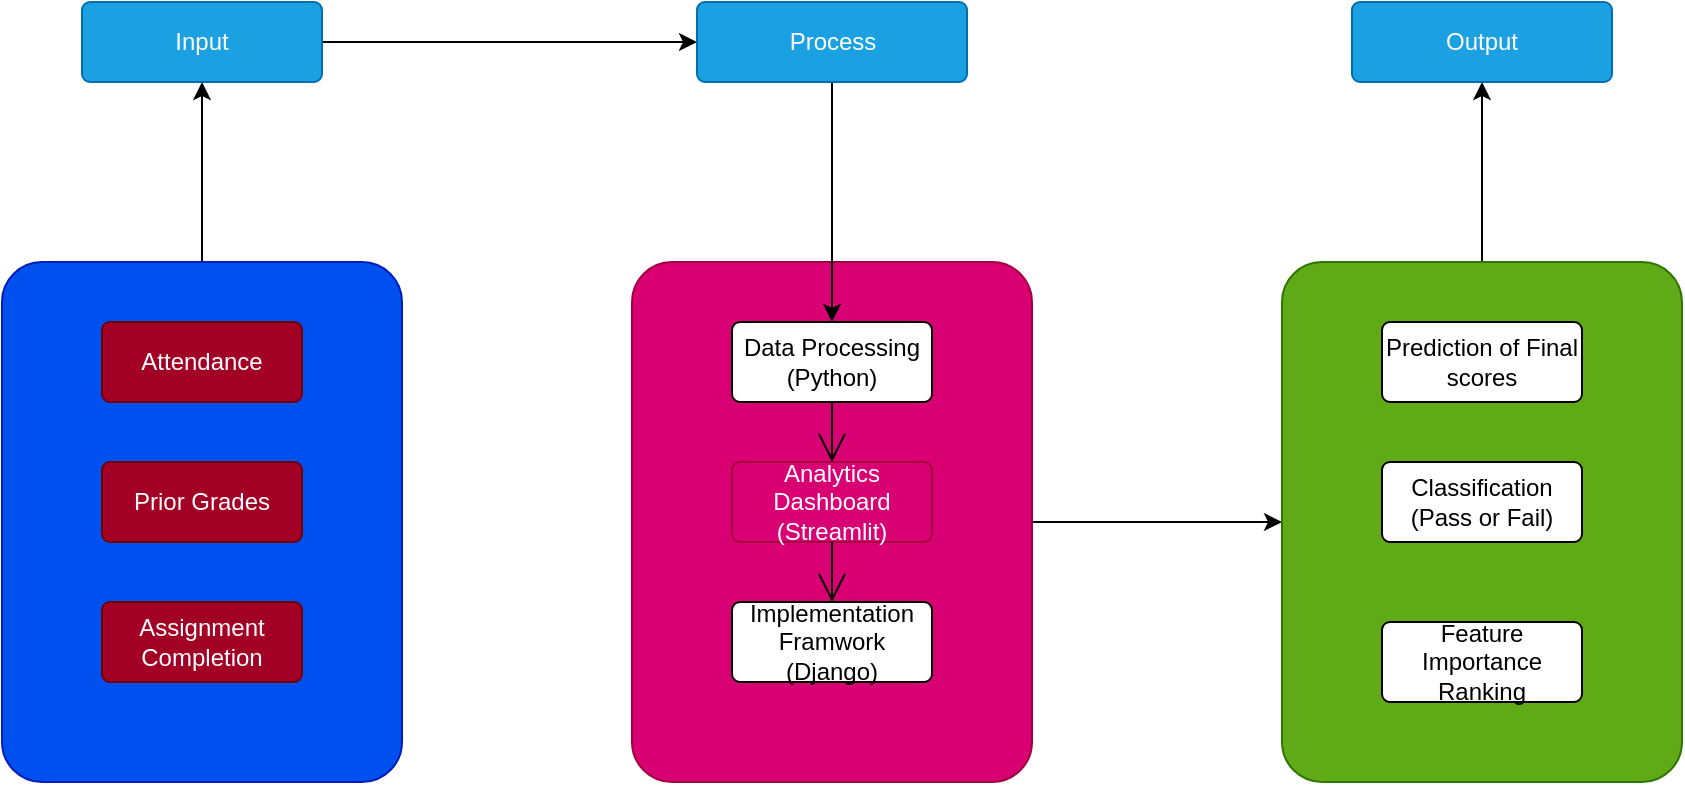
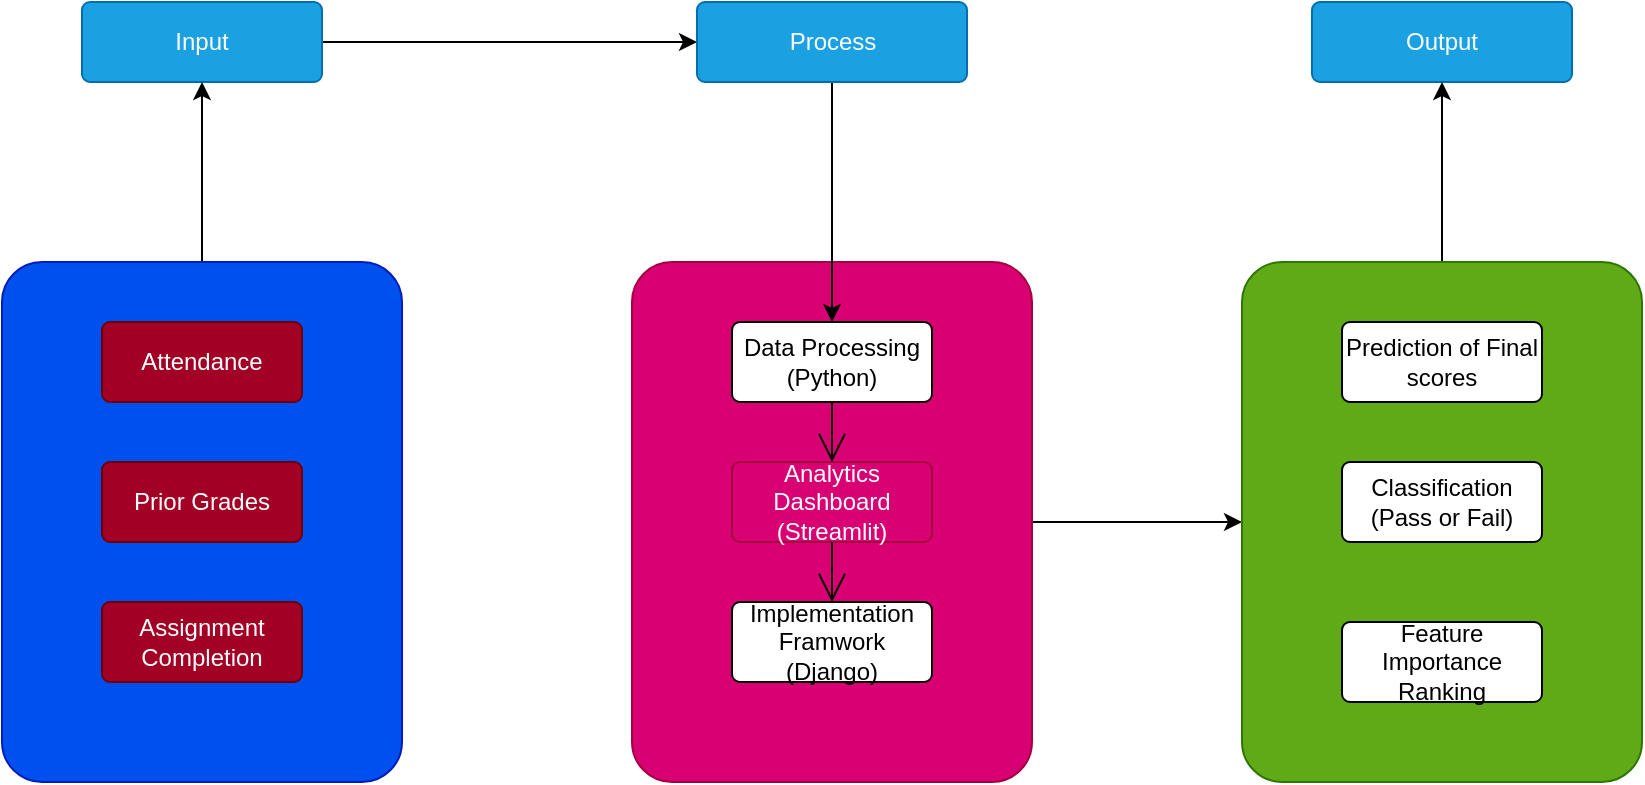
<mxfile host="65bd71144e">
    <diagram id="5L76tbeYDSp3AgC0iSg0" name="Page-1">
-         <mxGraphModel dx="1066" dy="666" grid="1" gridSize="10" guides="1" tooltips="1" connect="1" arrows="1" fold="1" page="1" pageScale="1" pageWidth="850" pageHeight="1100" math="0" shadow="0">
+         <mxGraphModel dx="446" dy="466" grid="1" gridSize="10" guides="1" tooltips="1" connect="1" arrows="1" fold="1" page="1" pageScale="1" pageWidth="850" pageHeight="1100" math="0" shadow="0">
            <root>
                <mxCell id="0"/>
                <mxCell id="1" parent="0"/>
-                 <mxCell id="75" style="edgeStyle=none;html=1;exitX=1;exitY=0.5;exitDx=0;exitDy=0;entryX=0;entryY=0.5;entryDx=0;entryDy=0;" edge="1" parent="1" source="57" target="63">
+                 <mxCell id="75" style="edgeStyle=none;html=1;exitX=1;exitY=0.5;exitDx=0;exitDy=0;entryX=0;entryY=0.5;entryDx=0;entryDy=0;" parent="1" source="57" target="63" edge="1">
                    <mxGeometry relative="1" as="geometry"/>
                </mxCell>
-                 <mxCell id="57" value="" style="rounded=1;arcSize=10;whiteSpace=wrap;html=1;align=center;fillColor=#d80073;fontColor=#ffffff;strokeColor=#A50040;" vertex="1" parent="1">
+                 <mxCell id="57" value="" style="rounded=1;arcSize=10;whiteSpace=wrap;html=1;align=center;fillColor=#d80073;fontColor=#ffffff;strokeColor=#A50040;" parent="1" vertex="1">
                    <mxGeometry x="325" y="410" width="200" height="260" as="geometry"/>
                </mxCell>
-                 <mxCell id="71" style="edgeStyle=none;html=1;exitX=1;exitY=0.5;exitDx=0;exitDy=0;entryX=0;entryY=0.5;entryDx=0;entryDy=0;" edge="1" parent="1" source="41" target="42">
+                 <mxCell id="71" style="edgeStyle=none;html=1;exitX=1;exitY=0.5;exitDx=0;exitDy=0;entryX=0;entryY=0.5;entryDx=0;entryDy=0;" parent="1" source="41" target="42" edge="1">
                    <mxGeometry relative="1" as="geometry">
                        <mxPoint x="170" y="299.7777777777777" as="targetPoint"/>
                    </mxGeometry>
                </mxCell>
-                 <mxCell id="74" style="edgeStyle=none;html=1;exitX=1;exitY=0.5;exitDx=0;exitDy=0;" edge="1" parent="1" source="41">
+                 <mxCell id="74" style="edgeStyle=none;html=1;exitX=1;exitY=0.5;exitDx=0;exitDy=0;" parent="1" source="41" edge="1">
                    <mxGeometry relative="1" as="geometry">
                        <mxPoint x="169.8888888888889" y="299.7777777777777" as="targetPoint"/>
                    </mxGeometry>
                </mxCell>
-                 <mxCell id="41" value="Input" style="rounded=1;arcSize=10;whiteSpace=wrap;html=1;align=center;fillColor=#1ba1e2;fontColor=#ffffff;strokeColor=#006EAF;" vertex="1" parent="1">
+                 <mxCell id="41" value="Input" style="rounded=1;arcSize=10;whiteSpace=wrap;html=1;align=center;fillColor=#1ba1e2;fontColor=#ffffff;strokeColor=#006EAF;" parent="1" vertex="1">
                    <mxGeometry x="50" y="280" width="120" height="40" as="geometry"/>
                </mxCell>
-                 <mxCell id="72" style="edgeStyle=none;html=1;exitX=0.5;exitY=1;exitDx=0;exitDy=0;entryX=0.5;entryY=0;entryDx=0;entryDy=0;" edge="1" parent="1" source="42" target="50">
+                 <mxCell id="72" style="edgeStyle=none;html=1;exitX=0.5;exitY=1;exitDx=0;exitDy=0;entryX=0.5;entryY=0;entryDx=0;entryDy=0;" parent="1" source="42" target="50" edge="1">
                    <mxGeometry relative="1" as="geometry"/>
                </mxCell>
-                 <mxCell id="42" value="Process" style="rounded=1;arcSize=10;whiteSpace=wrap;html=1;align=center;fillColor=#1ba1e2;fontColor=#ffffff;strokeColor=#006EAF;" vertex="1" parent="1">
+                 <mxCell id="42" value="Process" style="rounded=1;arcSize=10;whiteSpace=wrap;html=1;align=center;fillColor=#1ba1e2;fontColor=#ffffff;strokeColor=#006EAF;" parent="1" vertex="1">
                    <mxGeometry x="357.5" y="280" width="135" height="40" as="geometry"/>
                </mxCell>
-                 <mxCell id="43" value="Output" style="rounded=1;arcSize=10;whiteSpace=wrap;html=1;align=center;fillColor=#1ba1e2;fontColor=#ffffff;strokeColor=#006EAF;" vertex="1" parent="1">
-                     <mxGeometry x="685" y="280" width="130" height="40" as="geometry"/>
+                 <mxCell id="43" value="Output" style="rounded=1;arcSize=10;whiteSpace=wrap;html=1;align=center;fillColor=#1ba1e2;fontColor=#ffffff;strokeColor=#006EAF;" parent="1" vertex="1">
+                     <mxGeometry x="665" y="280" width="130" height="40" as="geometry"/>
                </mxCell>
-                 <mxCell id="50" value="Data Processing (Python)" style="rounded=1;arcSize=10;whiteSpace=wrap;html=1;align=center;fillColor=light-dark(#FFFFFF,#CC00CC);" vertex="1" parent="1">
+                 <mxCell id="50" value="Data Processing (Python)" style="rounded=1;arcSize=10;whiteSpace=wrap;html=1;align=center;fillColor=light-dark(#FFFFFF,#CC00CC);" parent="1" vertex="1">
                    <mxGeometry x="375" y="440" width="100" height="40" as="geometry"/>
                </mxCell>
-                 <mxCell id="51" value="Analytics Dashboard (Streamlit)" style="rounded=1;arcSize=10;whiteSpace=wrap;html=1;align=center;fillColor=light-dark(#D80073,#CC00CC);fontColor=#ffffff;strokeColor=#A50040;" vertex="1" parent="1">
+                 <mxCell id="51" value="Analytics Dashboard (Streamlit)" style="rounded=1;arcSize=10;whiteSpace=wrap;html=1;align=center;fillColor=light-dark(#D80073,#CC00CC);fontColor=#ffffff;strokeColor=#A50040;" parent="1" vertex="1">
                    <mxGeometry x="375" y="510" width="100" height="40" as="geometry"/>
                </mxCell>
-                 <mxCell id="52" value="Implementation Framwork (Django)" style="rounded=1;arcSize=10;whiteSpace=wrap;html=1;align=center;fillColor=light-dark(#FFFFFF,#CC00CC);" vertex="1" parent="1">
+                 <mxCell id="52" value="Implementation Framwork (Django)" style="rounded=1;arcSize=10;whiteSpace=wrap;html=1;align=center;fillColor=light-dark(#FFFFFF,#CC00CC);" parent="1" vertex="1">
                    <mxGeometry x="375" y="580" width="100" height="40" as="geometry"/>
                </mxCell>
-                 <mxCell id="73" style="edgeStyle=none;html=1;exitX=0.5;exitY=0;exitDx=0;exitDy=0;" edge="1" parent="1" source="59" target="41">
+                 <mxCell id="73" style="edgeStyle=none;html=1;exitX=0.5;exitY=0;exitDx=0;exitDy=0;" parent="1" source="59" target="41" edge="1">
                    <mxGeometry relative="1" as="geometry"/>
                </mxCell>
-                 <mxCell id="59" value="" style="rounded=1;arcSize=10;whiteSpace=wrap;html=1;align=center;fillColor=#0050ef;fontColor=#ffffff;strokeColor=#001DBC;" vertex="1" parent="1">
+                 <mxCell id="59" value="" style="rounded=1;arcSize=10;whiteSpace=wrap;html=1;align=center;fillColor=#0050ef;fontColor=#ffffff;strokeColor=#001DBC;" parent="1" vertex="1">
                    <mxGeometry x="10" y="410" width="200" height="260" as="geometry"/>
                </mxCell>
-                 <mxCell id="60" value="Attendance" style="rounded=1;arcSize=10;whiteSpace=wrap;html=1;align=center;fillColor=#a20025;fontColor=#ffffff;strokeColor=#6F0000;" vertex="1" parent="1">
+                 <mxCell id="60" value="Attendance" style="rounded=1;arcSize=10;whiteSpace=wrap;html=1;align=center;fillColor=#a20025;fontColor=#ffffff;strokeColor=#6F0000;" parent="1" vertex="1">
                    <mxGeometry x="60" y="440" width="100" height="40" as="geometry"/>
                </mxCell>
-                 <mxCell id="61" value="Prior Grades" style="rounded=1;arcSize=10;whiteSpace=wrap;html=1;align=center;fillColor=#a20025;fontColor=#ffffff;strokeColor=#6F0000;" vertex="1" parent="1">
+                 <mxCell id="61" value="Prior Grades" style="rounded=1;arcSize=10;whiteSpace=wrap;html=1;align=center;fillColor=#a20025;fontColor=#ffffff;strokeColor=#6F0000;" parent="1" vertex="1">
                    <mxGeometry x="60" y="510" width="100" height="40" as="geometry"/>
                </mxCell>
-                 <mxCell id="62" value="Assignment Completion" style="rounded=1;arcSize=10;whiteSpace=wrap;html=1;align=center;fillColor=#a20025;fontColor=#ffffff;strokeColor=#6F0000;" vertex="1" parent="1">
+                 <mxCell id="62" value="Assignment Completion" style="rounded=1;arcSize=10;whiteSpace=wrap;html=1;align=center;fillColor=#a20025;fontColor=#ffffff;strokeColor=#6F0000;" parent="1" vertex="1">
                    <mxGeometry x="60" y="580" width="100" height="40" as="geometry"/>
                </mxCell>
-                 <mxCell id="76" style="edgeStyle=none;html=1;exitX=0.5;exitY=0;exitDx=0;exitDy=0;entryX=0.5;entryY=1;entryDx=0;entryDy=0;" edge="1" parent="1" source="63" target="43">
+                 <mxCell id="76" style="edgeStyle=none;html=1;exitX=0.5;exitY=0;exitDx=0;exitDy=0;entryX=0.5;entryY=1;entryDx=0;entryDy=0;" parent="1" source="63" target="43" edge="1">
                    <mxGeometry relative="1" as="geometry"/>
                </mxCell>
-                 <mxCell id="63" value="" style="rounded=1;arcSize=10;whiteSpace=wrap;html=1;align=center;fillColor=#60a917;fontColor=#ffffff;strokeColor=#2D7600;" vertex="1" parent="1">
-                     <mxGeometry x="650" y="410" width="200" height="260" as="geometry"/>
+                 <mxCell id="63" value="" style="rounded=1;arcSize=10;whiteSpace=wrap;html=1;align=center;fillColor=#60a917;fontColor=#ffffff;strokeColor=#2D7600;" parent="1" vertex="1">
+                     <mxGeometry x="630" y="410" width="200" height="260" as="geometry"/>
                </mxCell>
-                 <mxCell id="64" value="Prediction of Final scores" style="rounded=1;arcSize=10;whiteSpace=wrap;html=1;align=center;" vertex="1" parent="1">
-                     <mxGeometry x="700" y="440" width="100" height="40" as="geometry"/>
+                 <mxCell id="64" value="Prediction of Final scores" style="rounded=1;arcSize=10;whiteSpace=wrap;html=1;align=center;" parent="1" vertex="1">
+                     <mxGeometry x="680" y="440" width="100" height="40" as="geometry"/>
                </mxCell>
-                 <mxCell id="65" value="Classification (Pass or Fail)" style="rounded=1;arcSize=10;whiteSpace=wrap;html=1;align=center;" vertex="1" parent="1">
-                     <mxGeometry x="700" y="510" width="100" height="40" as="geometry"/>
+                 <mxCell id="65" value="Classification (Pass or Fail)" style="rounded=1;arcSize=10;whiteSpace=wrap;html=1;align=center;" parent="1" vertex="1">
+                     <mxGeometry x="680" y="510" width="100" height="40" as="geometry"/>
                </mxCell>
-                 <mxCell id="66" value="Feature Importance Ranking" style="rounded=1;arcSize=10;whiteSpace=wrap;html=1;align=center;" vertex="1" parent="1">
-                     <mxGeometry x="700" y="590" width="100" height="40" as="geometry"/>
+                 <mxCell id="66" value="Feature Importance Ranking" style="rounded=1;arcSize=10;whiteSpace=wrap;html=1;align=center;" parent="1" vertex="1">
+                     <mxGeometry x="680" y="590" width="100" height="40" as="geometry"/>
                </mxCell>
-                 <mxCell id="68" value="" style="endArrow=open;endFill=1;endSize=12;html=1;entryX=0.5;entryY=0;entryDx=0;entryDy=0;exitX=0.5;exitY=1;exitDx=0;exitDy=0;" edge="1" parent="1" source="50" target="51">
+                 <mxCell id="68" value="" style="endArrow=open;endFill=1;endSize=12;html=1;entryX=0.5;entryY=0;entryDx=0;entryDy=0;exitX=0.5;exitY=1;exitDx=0;exitDy=0;" parent="1" source="50" target="51" edge="1">
                    <mxGeometry width="160" relative="1" as="geometry">
                        <mxPoint x="220" y="490" as="sourcePoint"/>
                        <mxPoint x="385" y="475" as="targetPoint"/>
                    </mxGeometry>
                </mxCell>
-                 <mxCell id="70" value="" style="endArrow=open;endFill=1;endSize=12;html=1;entryX=0.5;entryY=0;entryDx=0;entryDy=0;exitX=0.5;exitY=1;exitDx=0;exitDy=0;" edge="1" parent="1">
+                 <mxCell id="70" value="" style="endArrow=open;endFill=1;endSize=12;html=1;entryX=0.5;entryY=0;entryDx=0;entryDy=0;exitX=0.5;exitY=1;exitDx=0;exitDy=0;" parent="1" edge="1">
                    <mxGeometry width="160" relative="1" as="geometry">
                        <mxPoint x="425" y="550" as="sourcePoint"/>
                        <mxPoint x="425" y="580" as="targetPoint"/>
                    </mxGeometry>
                </mxCell>
            </root>
        </mxGraphModel>
    </diagram>
</mxfile>